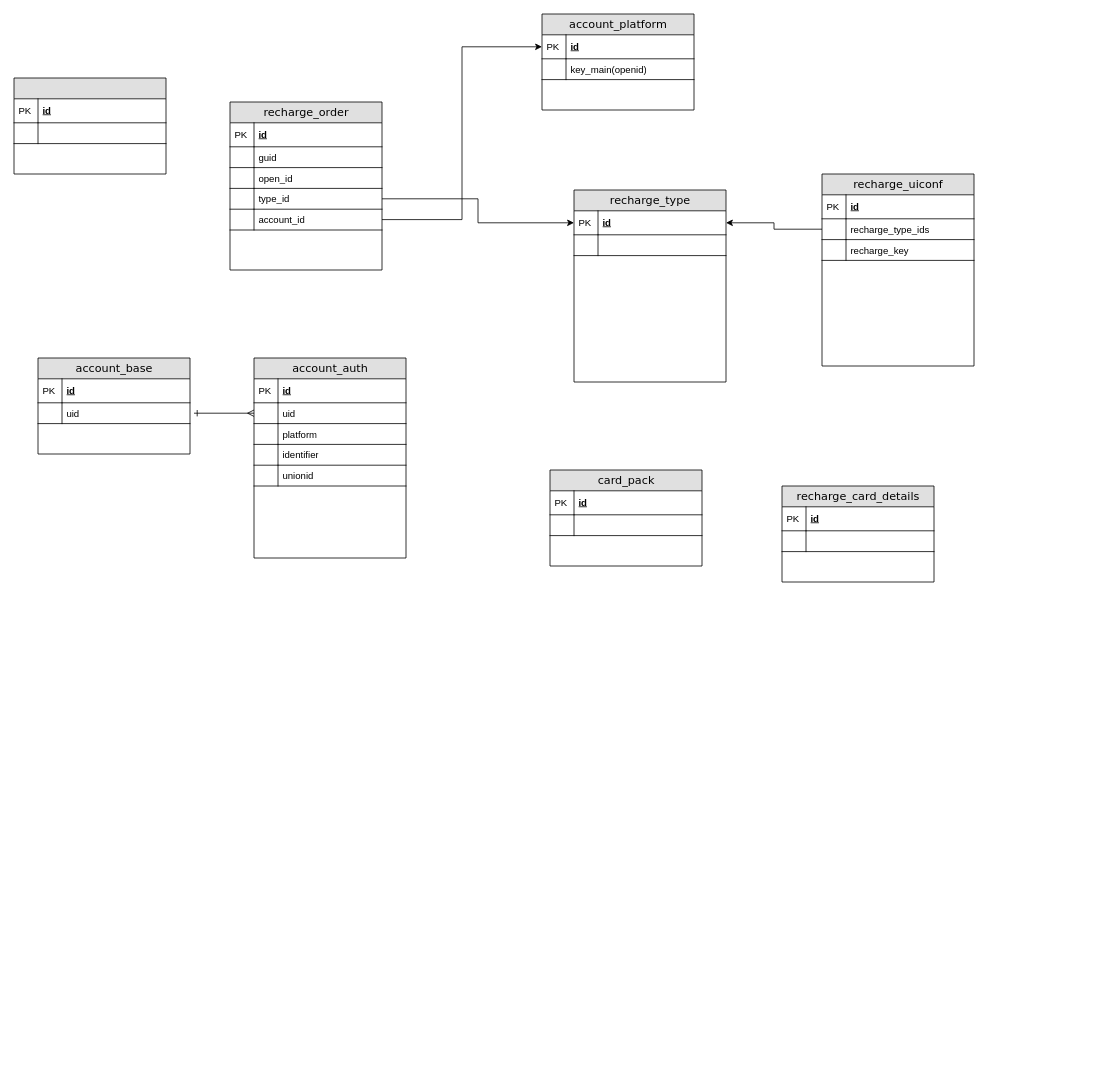
This is lmb.drawio from Hex86/drawio, a draw.io file, before an edit. Source tidied: cells renumbered, new cells numbered last; positions are measured from the earlier drawing's top-left corner, leaving out a move shared by most shapes. Both pictures are drawn from the tidied source at 80%, with x=0, y=0 at pixel (14, 14).
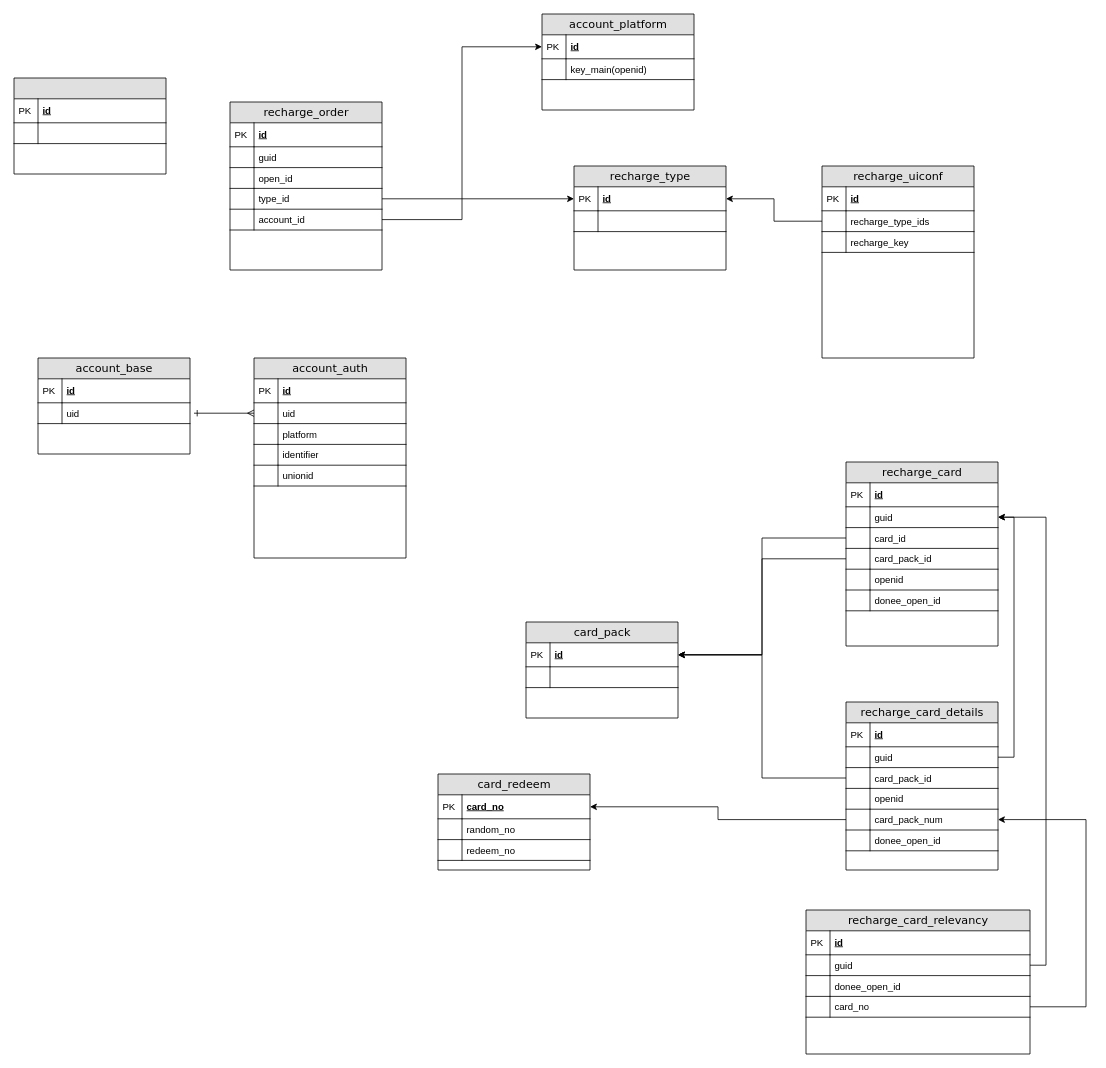
The same page after the edit.

The change refers to these unchanged cells:
```xml
<mxCell id="56" value="id" style="shape=partialRectangle;top=0;left=0;right=0;bottom=1;html=1;align=left;verticalAlign=middle;fillColor=none;spacingLeft=34;spacingRight=4;whiteSpace=wrap;overflow=hidden;points=[[0,0.5],[1,0.5]];portConstraint=eastwest;fontStyle=5;" parent="55" vertex="1">
  <mxGeometry y="26" width="190" height="30" as="geometry" />
</mxCell>
```

Diff of the diagram source:
```diff
@@
     <mxCell id="24" value="recharge_uiconf" style="swimlane;html=1;fontStyle=0;horizontal=1;startSize=26;fillColor=#e0e0e0;swimlaneFillColor=#ffffff;align=center;rounded=0;shadow=0;comic=0;labelBackgroundColor=none;strokeWidth=1;fontFamily=Verdana;fontSize=14;swimlaneLine=1;" parent="1" vertex="1">
-      <mxGeometry x="1010" y="200" width="190" height="240" as="geometry" />
+      <mxGeometry x="1010" y="190" width="190" height="240" as="geometry" />
     </mxCell>
@@
     <mxCell id="31" value="recharge_type" style="swimlane;html=1;fontStyle=0;horizontal=1;startSize=26;fillColor=#e0e0e0;swimlaneFillColor=#ffffff;align=center;rounded=0;shadow=0;comic=0;labelBackgroundColor=none;strokeWidth=1;fontFamily=Verdana;fontSize=14;swimlaneLine=1;" parent="1" vertex="1">
-      <mxGeometry x="700" y="220" width="190" height="240" as="geometry" />
+      <mxGeometry x="700" y="190" width="190" height="130" as="geometry" />
     </mxCell>
@@
     <mxCell id="55" value="card_pack" style="swimlane;html=1;fontStyle=0;horizontal=1;startSize=26;fillColor=#e0e0e0;swimlaneFillColor=#ffffff;align=center;rounded=0;shadow=0;comic=0;labelBackgroundColor=none;strokeWidth=1;fontFamily=Verdana;fontSize=14;swimlaneLine=1;" parent="1" vertex="1">
-      <mxGeometry x="670" y="570" width="190" height="120" as="geometry" />
+      <mxGeometry x="640" y="760" width="190" height="120" as="geometry" />
     </mxCell>
@@
     <mxCell id="60" value="recharge_card_details" style="swimlane;html=1;fontStyle=0;horizontal=1;startSize=26;fillColor=#e0e0e0;swimlaneFillColor=#ffffff;align=center;rounded=0;shadow=0;comic=0;labelBackgroundColor=none;strokeWidth=1;fontFamily=Verdana;fontSize=14;swimlaneLine=1;" parent="1" vertex="1">
-      <mxGeometry x="960" y="590" width="190" height="120" as="geometry" />
+      <mxGeometry x="1040" y="860" width="190" height="210" as="geometry" />
     </mxCell>
@@
+    <mxCell id="65" value="guid" style="shape=partialRectangle;top=0;left=0;right=0;bottom=1;html=1;align=left;verticalAlign=top;fillColor=none;spacingLeft=34;spacingRight=4;whiteSpace=wrap;overflow=hidden;points=[[0,0.5],[1,0.5]];portConstraint=eastwest;" parent="60" vertex="1">
+      <mxGeometry y="56" width="190" height="26" as="geometry" />
+    </mxCell>
+    <mxCell id="66" style="shape=partialRectangle;top=0;left=0;bottom=0;html=1;fillColor=none;align=left;verticalAlign=top;spacingLeft=4;spacingRight=4;whiteSpace=wrap;overflow=hidden;" parent="65" vertex="1">
+      <mxGeometry width="30" height="26" as="geometry" />
+    </mxCell>
-    <mxCell id="63" style="shape=partialRectangle;top=0;left=0;right=0;bottom=1;html=1;align=left;verticalAlign=top;fillColor=none;spacingLeft=34;spacingRight=4;whiteSpace=wrap;overflow=hidden;points=[[0,0.5],[1,0.5]];portConstraint=eastwest;" parent="60" vertex="1">
-      <mxGeometry y="56" width="190" height="26" as="geometry" />
+    <mxCell id="63" value="card_pack_id" style="shape=partialRectangle;top=0;left=0;right=0;bottom=1;html=1;align=left;verticalAlign=top;fillColor=none;spacingLeft=34;spacingRight=4;whiteSpace=wrap;overflow=hidden;points=[[0,0.5],[1,0.5]];portConstraint=eastwest;" parent="60" vertex="1">
+      <mxGeometry y="82" width="190" height="26" as="geometry" />
     </mxCell>
@@
+    <mxCell id="67" value="openid" style="shape=partialRectangle;top=0;left=0;right=0;bottom=1;html=1;align=left;verticalAlign=top;fillColor=none;spacingLeft=34;spacingRight=4;whiteSpace=wrap;overflow=hidden;" parent="60" vertex="1">
+      <mxGeometry y="108" width="190" height="26" as="geometry" />
+    </mxCell>
+    <mxCell id="68" style="shape=partialRectangle;top=0;left=0;bottom=0;html=1;fillColor=none;align=left;verticalAlign=top;spacingLeft=4;spacingRight=4;whiteSpace=wrap;overflow=hidden;" parent="67" vertex="1">
+      <mxGeometry width="30" height="26" as="geometry" />
+    </mxCell>
+    <mxCell id="69" value="card_pack_num" style="shape=partialRectangle;top=0;left=0;right=0;bottom=1;html=1;align=left;verticalAlign=top;fillColor=none;spacingLeft=34;spacingRight=4;whiteSpace=wrap;overflow=hidden;points=[[0,0.5],[1,0.5]];portConstraint=eastwest;" parent="60" vertex="1">
+      <mxGeometry y="134" width="190" height="26" as="geometry" />
+    </mxCell>
+    <mxCell id="70" style="shape=partialRectangle;top=0;left=0;bottom=0;html=1;fillColor=none;align=left;verticalAlign=top;spacingLeft=4;spacingRight=4;whiteSpace=wrap;overflow=hidden;" parent="69" vertex="1">
+      <mxGeometry width="30" height="26" as="geometry" />
+    </mxCell>
+    <mxCell id="71" value="donee_open_id" style="shape=partialRectangle;top=0;left=0;right=0;bottom=1;html=1;align=left;verticalAlign=top;fillColor=none;spacingLeft=34;spacingRight=4;whiteSpace=wrap;overflow=hidden;" parent="60" vertex="1">
+      <mxGeometry y="160" width="190" height="26" as="geometry" />
+    </mxCell>
+    <mxCell id="72" style="shape=partialRectangle;top=0;left=0;bottom=0;html=1;fillColor=none;align=left;verticalAlign=top;spacingLeft=4;spacingRight=4;whiteSpace=wrap;overflow=hidden;" parent="71" vertex="1">
+      <mxGeometry width="30" height="26" as="geometry" />
+    </mxCell>
+    <mxCell id="73" style="edgeStyle=orthogonalEdgeStyle;rounded=0;jettySize=auto;html=1;exitX=0;exitY=0.5;exitDx=0;exitDy=0;" parent="1" edge="1" source="63" target="56">
+      <mxGeometry relative="1" as="geometry" />
+    </mxCell>
+    <mxCell id="74" value="recharge_card" style="swimlane;html=1;fontStyle=0;horizontal=1;startSize=26;fillColor=#e0e0e0;swimlaneFillColor=#ffffff;align=center;rounded=0;shadow=0;comic=0;labelBackgroundColor=none;strokeWidth=1;fontFamily=Verdana;fontSize=14;swimlaneLine=1;" parent="1" vertex="1">
+      <mxGeometry x="1040" y="560" width="190" height="230" as="geometry" />
+    </mxCell>
+    <mxCell id="75" value="id" style="shape=partialRectangle;top=0;left=0;right=0;bottom=1;html=1;align=left;verticalAlign=middle;fillColor=none;spacingLeft=34;spacingRight=4;whiteSpace=wrap;overflow=hidden;fontStyle=5;" parent="74" vertex="1">
+      <mxGeometry y="26" width="190" height="30" as="geometry" />
+    </mxCell>
+    <mxCell id="76" value="PK" style="shape=partialRectangle;top=0;left=0;bottom=0;html=1;fillColor=none;align=left;verticalAlign=middle;spacingLeft=4;spacingRight=4;whiteSpace=wrap;overflow=hidden;" parent="75" vertex="1">
+      <mxGeometry width="30" height="30" as="geometry" />
+    </mxCell>
+    <mxCell id="77" value="guid" style="shape=partialRectangle;top=0;left=0;right=0;bottom=1;html=1;align=left;verticalAlign=top;fillColor=none;spacingLeft=34;spacingRight=4;whiteSpace=wrap;overflow=hidden;points=[[0,0.5],[1,0.5]];portConstraint=eastwest;" parent="74" vertex="1">
+      <mxGeometry y="56" width="190" height="26" as="geometry" />
+    </mxCell>
+    <mxCell id="78" style="shape=partialRectangle;top=0;left=0;bottom=0;html=1;fillColor=none;align=left;verticalAlign=top;spacingLeft=4;spacingRight=4;whiteSpace=wrap;overflow=hidden;" parent="77" vertex="1">
+      <mxGeometry width="30" height="26" as="geometry" />
+    </mxCell>
+    <mxCell id="79" value="card_id" style="shape=partialRectangle;top=0;left=0;right=0;bottom=1;html=1;align=left;verticalAlign=top;fillColor=none;spacingLeft=34;spacingRight=4;whiteSpace=wrap;overflow=hidden;points=[[0,0.5],[1,0.5]];portConstraint=eastwest;" parent="74" vertex="1">
+      <mxGeometry y="82" width="190" height="26" as="geometry" />
+    </mxCell>
+    <mxCell id="80" style="shape=partialRectangle;top=0;left=0;bottom=0;html=1;fillColor=none;align=left;verticalAlign=top;spacingLeft=4;spacingRight=4;whiteSpace=wrap;overflow=hidden;" parent="79" vertex="1">
+      <mxGeometry width="30" height="26" as="geometry" />
+    </mxCell>
+    <mxCell id="81" value="card_pack_id" style="shape=partialRectangle;top=0;left=0;right=0;bottom=1;html=1;align=left;verticalAlign=top;fillColor=none;spacingLeft=34;spacingRight=4;whiteSpace=wrap;overflow=hidden;points=[[0,0.5],[1,0.5]];portConstraint=eastwest;" parent="74" vertex="1">
+      <mxGeometry y="108" width="190" height="26" as="geometry" />
+    </mxCell>
+    <mxCell id="82" style="shape=partialRectangle;top=0;left=0;bottom=0;html=1;fillColor=none;align=left;verticalAlign=top;spacingLeft=4;spacingRight=4;whiteSpace=wrap;overflow=hidden;" parent="81" vertex="1">
+      <mxGeometry width="30" height="26" as="geometry" />
+    </mxCell>
+    <mxCell id="83" value="openid" style="shape=partialRectangle;top=0;left=0;right=0;bottom=1;html=1;align=left;verticalAlign=top;fillColor=none;spacingLeft=34;spacingRight=4;whiteSpace=wrap;overflow=hidden;" parent="74" vertex="1">
+      <mxGeometry y="134" width="190" height="26" as="geometry" />
+    </mxCell>
+    <mxCell id="84" style="shape=partialRectangle;top=0;left=0;bottom=0;html=1;fillColor=none;align=left;verticalAlign=top;spacingLeft=4;spacingRight=4;whiteSpace=wrap;overflow=hidden;" parent="83" vertex="1">
+      <mxGeometry width="30" height="26" as="geometry" />
+    </mxCell>
+    <mxCell id="85" value="donee_open_id" style="shape=partialRectangle;top=0;left=0;right=0;bottom=1;html=1;align=left;verticalAlign=top;fillColor=none;spacingLeft=34;spacingRight=4;whiteSpace=wrap;overflow=hidden;" parent="74" vertex="1">
+      <mxGeometry y="160" width="190" height="26" as="geometry" />
+    </mxCell>
+    <mxCell id="86" style="shape=partialRectangle;top=0;left=0;bottom=0;html=1;fillColor=none;align=left;verticalAlign=top;spacingLeft=4;spacingRight=4;whiteSpace=wrap;overflow=hidden;" parent="85" vertex="1">
+      <mxGeometry width="30" height="26" as="geometry" />
+    </mxCell>
+    <mxCell id="87" style="edgeStyle=orthogonalEdgeStyle;rounded=0;jettySize=auto;html=1;exitX=0;exitY=0.5;exitDx=0;exitDy=0;entryX=1;entryY=0.5;entryDx=0;entryDy=0;" parent="1" edge="1" source="79" target="56">
+      <mxGeometry relative="1" as="geometry" />
+    </mxCell>
+    <mxCell id="88" style="edgeStyle=orthogonalEdgeStyle;rounded=0;jettySize=auto;html=1;exitX=0;exitY=0.5;exitDx=0;exitDy=0;" parent="1" edge="1" source="81" target="56">
+      <mxGeometry relative="1" as="geometry" />
+    </mxCell>
+    <mxCell id="89" value="card_redeem" style="swimlane;html=1;fontStyle=0;horizontal=1;startSize=26;fillColor=#e0e0e0;swimlaneFillColor=#ffffff;align=center;rounded=0;shadow=0;comic=0;labelBackgroundColor=none;strokeWidth=1;fontFamily=Verdana;fontSize=14;swimlaneLine=1;" parent="1" vertex="1">
+      <mxGeometry x="530" y="950" width="190" height="120" as="geometry" />
+    </mxCell>
+    <mxCell id="90" value="card_no" style="shape=partialRectangle;top=0;left=0;right=0;bottom=1;html=1;align=left;verticalAlign=middle;fillColor=none;spacingLeft=34;spacingRight=4;whiteSpace=wrap;overflow=hidden;points=[[0,0.5],[1,0.5]];portConstraint=eastwest;fontStyle=5;" parent="89" vertex="1">
+      <mxGeometry y="26" width="190" height="30" as="geometry" />
+    </mxCell>
+    <mxCell id="91" value="PK" style="shape=partialRectangle;top=0;left=0;bottom=0;html=1;fillColor=none;align=left;verticalAlign=middle;spacingLeft=4;spacingRight=4;whiteSpace=wrap;overflow=hidden;" parent="90" vertex="1">
+      <mxGeometry width="30" height="30" as="geometry" />
+    </mxCell>
+    <mxCell id="92" value="random_no" style="shape=partialRectangle;top=0;left=0;right=0;bottom=1;html=1;align=left;verticalAlign=top;fillColor=none;spacingLeft=34;spacingRight=4;whiteSpace=wrap;overflow=hidden;" parent="89" vertex="1">
+      <mxGeometry y="56" width="190" height="26" as="geometry" />
+    </mxCell>
+    <mxCell id="93" style="shape=partialRectangle;top=0;left=0;bottom=0;html=1;fillColor=none;align=left;verticalAlign=top;spacingLeft=4;spacingRight=4;whiteSpace=wrap;overflow=hidden;" parent="92" vertex="1">
+      <mxGeometry width="30" height="26" as="geometry" />
+    </mxCell>
+    <mxCell id="94" value="redeem_no" style="shape=partialRectangle;top=0;left=0;right=0;bottom=1;html=1;align=left;verticalAlign=top;fillColor=none;spacingLeft=34;spacingRight=4;whiteSpace=wrap;overflow=hidden;" parent="89" vertex="1">
+      <mxGeometry y="82" width="190" height="26" as="geometry" />
+    </mxCell>
+    <mxCell id="95" style="shape=partialRectangle;top=0;left=0;bottom=0;html=1;fillColor=none;align=left;verticalAlign=top;spacingLeft=4;spacingRight=4;whiteSpace=wrap;overflow=hidden;" parent="94" vertex="1">
+      <mxGeometry width="30" height="26" as="geometry" />
+    </mxCell>
+    <mxCell id="96" style="edgeStyle=orthogonalEdgeStyle;rounded=0;jettySize=auto;html=1;entryX=1;entryY=0.5;entryDx=0;entryDy=0;exitX=1;exitY=0.5;exitDx=0;exitDy=0;" parent="1" edge="1" source="65" target="77">
+      <mxGeometry relative="1" as="geometry" />
+    </mxCell>
+    <mxCell id="97" style="edgeStyle=orthogonalEdgeStyle;rounded=0;jettySize=auto;html=1;entryX=1;entryY=0.5;entryDx=0;entryDy=0;" parent="1" edge="1" source="69" target="90">
+      <mxGeometry relative="1" as="geometry" />
+    </mxCell>
+    <mxCell id="98" value="recharge_card_relevancy" style="swimlane;html=1;fontStyle=0;horizontal=1;startSize=26;fillColor=#e0e0e0;swimlaneFillColor=#ffffff;align=center;rounded=0;shadow=0;comic=0;labelBackgroundColor=none;strokeWidth=1;fontFamily=Verdana;fontSize=14;swimlaneLine=1;" parent="1" vertex="1">
+      <mxGeometry x="990" y="1120" width="280" height="180" as="geometry" />
+    </mxCell>
+    <mxCell id="99" value="id" style="shape=partialRectangle;top=0;left=0;right=0;bottom=1;html=1;align=left;verticalAlign=middle;fillColor=none;spacingLeft=34;spacingRight=4;whiteSpace=wrap;overflow=hidden;fontStyle=5;" parent="98" vertex="1">
+      <mxGeometry y="26" width="280" height="30" as="geometry" />
+    </mxCell>
+    <mxCell id="100" value="PK" style="shape=partialRectangle;top=0;left=0;bottom=0;html=1;fillColor=none;align=left;verticalAlign=middle;spacingLeft=4;spacingRight=4;whiteSpace=wrap;overflow=hidden;" parent="99" vertex="1">
+      <mxGeometry width="30" height="30" as="geometry" />
+    </mxCell>
+    <mxCell id="101" value="guid" style="shape=partialRectangle;top=0;left=0;right=0;bottom=1;html=1;align=left;verticalAlign=top;fillColor=none;spacingLeft=34;spacingRight=4;whiteSpace=wrap;overflow=hidden;points=[[0,0.5],[1,0.5]];portConstraint=eastwest;" parent="98" vertex="1">
+      <mxGeometry y="56" width="280" height="26" as="geometry" />
+    </mxCell>
+    <mxCell id="102" style="shape=partialRectangle;top=0;left=0;bottom=0;html=1;fillColor=none;align=left;verticalAlign=top;spacingLeft=4;spacingRight=4;whiteSpace=wrap;overflow=hidden;" parent="101" vertex="1">
+      <mxGeometry width="30" height="26" as="geometry" />
+    </mxCell>
+    <mxCell id="103" value="donee_open_id" style="shape=partialRectangle;top=0;left=0;right=0;bottom=1;html=1;align=left;verticalAlign=top;fillColor=none;spacingLeft=34;spacingRight=4;whiteSpace=wrap;overflow=hidden;" parent="98" vertex="1">
+      <mxGeometry y="82" width="280" height="26" as="geometry" />
+    </mxCell>
+    <mxCell id="104" style="shape=partialRectangle;top=0;left=0;bottom=0;html=1;fillColor=none;align=left;verticalAlign=top;spacingLeft=4;spacingRight=4;whiteSpace=wrap;overflow=hidden;" parent="103" vertex="1">
+      <mxGeometry width="30" height="26" as="geometry" />
+    </mxCell>
+    <mxCell id="105" value="card_no" style="shape=partialRectangle;top=0;left=0;right=0;bottom=1;html=1;align=left;verticalAlign=top;fillColor=none;spacingLeft=34;spacingRight=4;whiteSpace=wrap;overflow=hidden;points=[[0,0.5],[1,0.5]];portConstraint=eastwest;" parent="98" vertex="1">
+      <mxGeometry y="108" width="280" height="26" as="geometry" />
+    </mxCell>
+    <mxCell id="106" style="shape=partialRectangle;top=0;left=0;bottom=0;html=1;fillColor=none;align=left;verticalAlign=top;spacingLeft=4;spacingRight=4;whiteSpace=wrap;overflow=hidden;" parent="105" vertex="1">
+      <mxGeometry width="30" height="26" as="geometry" />
+    </mxCell>
+    <mxCell id="107" style="edgeStyle=orthogonalEdgeStyle;rounded=0;jettySize=auto;html=1;entryX=1;entryY=0.5;entryDx=0;entryDy=0;" parent="1" edge="1" source="101" target="77">
+      <mxGeometry relative="1" as="geometry" />
+    </mxCell>
+    <mxCell id="108" style="edgeStyle=orthogonalEdgeStyle;rounded=0;jettySize=auto;html=1;entryX=1;entryY=0.5;entryDx=0;entryDy=0;" parent="1" edge="1" source="105" target="69">
+      <mxGeometry relative="1" as="geometry">
+        <Array as="points">
+          <mxPoint x="1340" y="1241" />
+          <mxPoint x="1340" y="1007" />
+        </Array>
+      </mxGeometry>
+    </mxCell>
```
